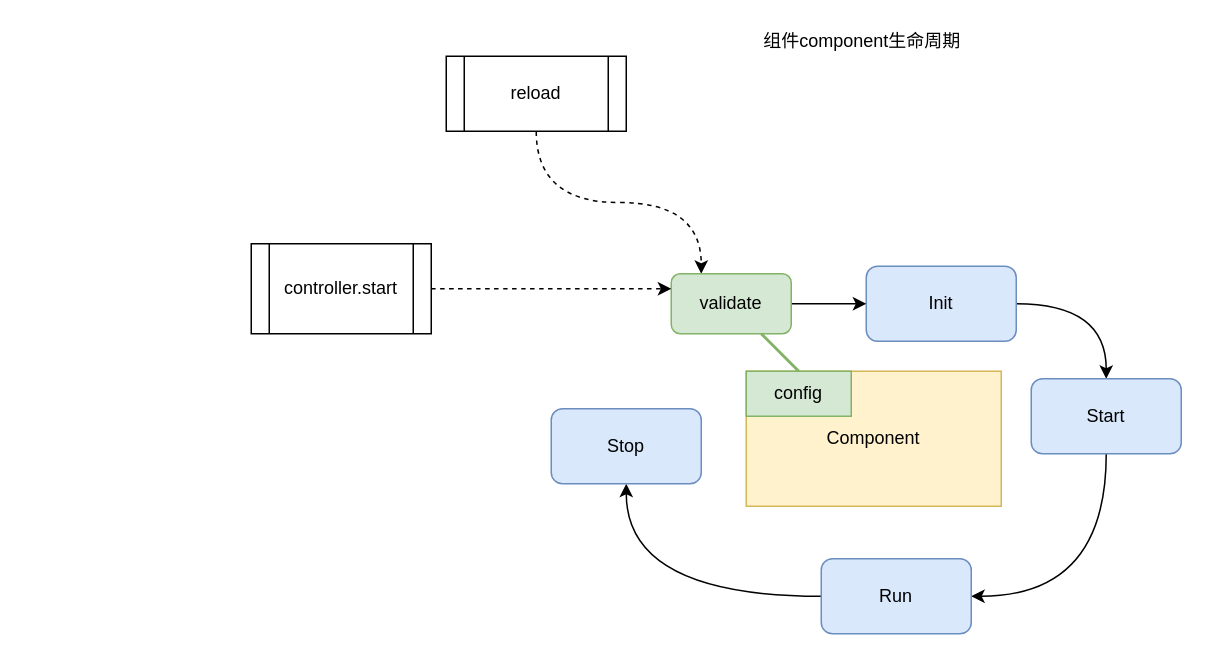
ethfoo/drawio keeps this draw.io diagram as logjacht-cfg.drawio. Above is the earlier version. Source tidied: cells renumbered, new cells numbered last; positions are measured from the earlier drawing's top-left corner, leaving out a move shared by most shapes. Both pictures are drawn from the tidied source at 150%, with x=0, y=0 at pixel (250, 26).
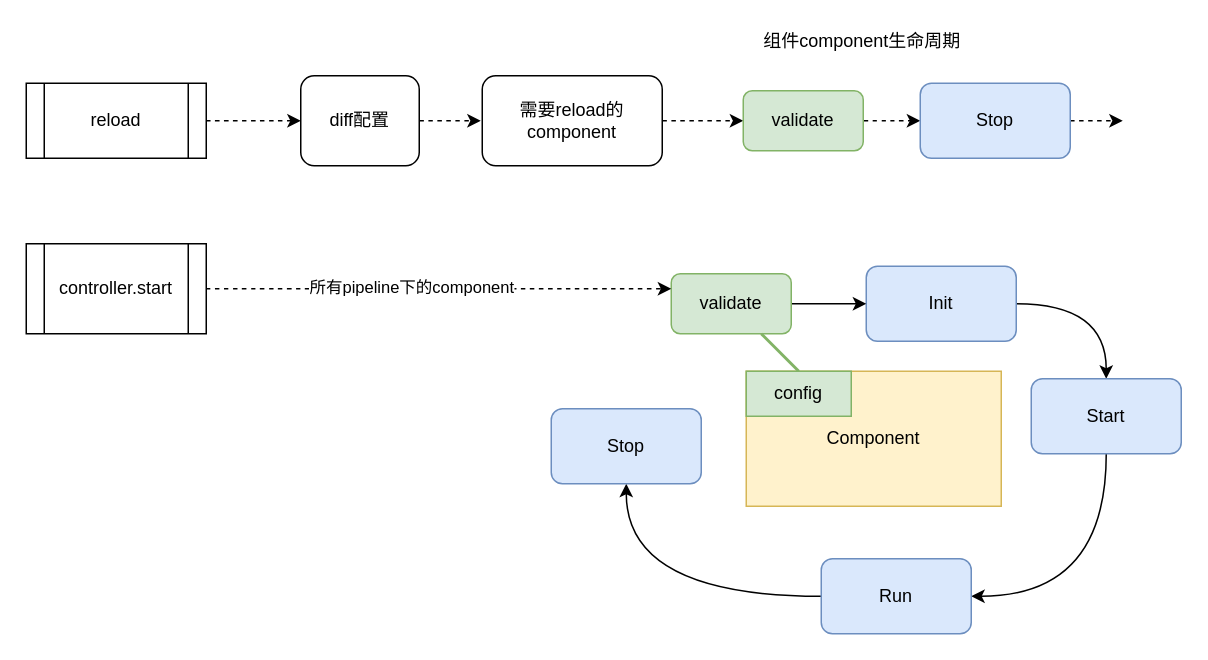
The same page after the edit.

The change refers to these unchanged cells:
```xml
<mxCell id="13" value="validate" style="rounded=1;whiteSpace=wrap;html=1;fillColor=#d5e8d4;strokeColor=#82b366;" parent="1" vertex="1">
  <mxGeometry x="280" y="165" width="80" height="40" as="geometry" />
</mxCell>
<mxCell id="16" style="edgeStyle=orthogonalEdgeStyle;curved=1;rounded=0;jettySize=auto;html=1;exitX=1;exitY=0.5;exitDx=0;exitDy=0;entryX=0;entryY=0.25;entryDx=0;entryDy=0;dashed=1;startArrow=none;startFill=0;endArrow=classic;endFill=1;strokeWidth=1;" parent="1" edge="1" source="17" target="13">
  <mxGeometry relative="1" as="geometry" />
</mxCell>
```

Diff of the diagram source:
```diff
@@
-    <mxCell id="10" style="edgeStyle=orthogonalEdgeStyle;curved=1;rounded=0;jettySize=auto;html=1;exitX=0.5;exitY=1;exitDx=0;exitDy=0;entryX=0.25;entryY=0;entryDx=0;entryDy=0;strokeWidth=1;dashed=1;" parent="1" edge="1" source="11" target="13">
-      <mxGeometry relative="1" as="geometry" />
-    </mxCell>
+    <mxCell id="19" style="edgeStyle=orthogonalEdgeStyle;curved=1;rounded=0;jettySize=auto;html=1;exitX=1;exitY=0.5;exitDx=0;exitDy=0;dashed=1;startArrow=none;startFill=0;endArrow=classic;endFill=1;strokeWidth=1;" parent="1" edge="1" source="11" target="22">
+      <mxGeometry relative="1" as="geometry" />
+    </mxCell>
     <mxCell id="11" value="reload" style="shape=process;whiteSpace=wrap;html=1;backgroundOutline=1;" parent="1" vertex="1">
-      <mxGeometry x="130" y="20" width="120" height="50" as="geometry" />
+      <mxGeometry x="-150" y="38" width="120" height="50" as="geometry" />
     </mxCell>
@@
+    <mxCell id="20" value="所有pipeline下的component" style="edgeLabel;html=1;align=center;verticalAlign=middle;" parent="16" vertex="1">
+      <mxGeometry x="-0.12" y="2" relative="1" as="geometry" />
+    </mxCell>
     <mxCell id="17" value="controller.start" style="shape=process;whiteSpace=wrap;html=1;backgroundOutline=1;" parent="1" vertex="1">
-      <mxGeometry y="145" width="120" height="60" as="geometry" />
+      <mxGeometry x="-150" y="145" width="120" height="60" as="geometry" />
     </mxCell>
@@
+    <mxCell id="21" style="edgeStyle=orthogonalEdgeStyle;curved=1;rounded=0;jettySize=auto;html=1;dashed=1;startArrow=none;startFill=0;endArrow=classic;endFill=1;strokeWidth=1;" parent="1" edge="1" source="22">
+      <mxGeometry relative="1" as="geometry">
+        <mxPoint x="153" y="63" as="targetPoint" />
+      </mxGeometry>
+    </mxCell>
+    <mxCell id="22" value="diff配置" style="rounded=1;whiteSpace=wrap;html=1;" parent="1" vertex="1">
+      <mxGeometry x="33" y="33" width="79" height="60" as="geometry" />
+    </mxCell>
+    <mxCell id="23" style="edgeStyle=orthogonalEdgeStyle;curved=1;rounded=0;jettySize=auto;html=1;exitX=1;exitY=0.5;exitDx=0;exitDy=0;dashed=1;startArrow=none;startFill=0;endArrow=classic;endFill=1;strokeWidth=1;" parent="1" edge="1" source="24">
+      <mxGeometry relative="1" as="geometry">
+        <mxPoint x="328" y="63" as="targetPoint" />
+      </mxGeometry>
+    </mxCell>
+    <mxCell id="24" value="需要reload的component" style="rounded=1;whiteSpace=wrap;html=1;" parent="1" vertex="1">
+      <mxGeometry x="154" y="33" width="120" height="60" as="geometry" />
+    </mxCell>
+    <mxCell id="25" style="edgeStyle=orthogonalEdgeStyle;curved=1;rounded=0;jettySize=auto;html=1;dashed=1;startArrow=none;startFill=0;endArrow=classic;endFill=1;strokeWidth=1;" parent="1" edge="1" source="26" target="28">
+      <mxGeometry relative="1" as="geometry" />
+    </mxCell>
+    <mxCell id="26" value="validate" style="rounded=1;whiteSpace=wrap;html=1;fillColor=#d5e8d4;strokeColor=#82b366;" parent="1" vertex="1">
+      <mxGeometry x="328" y="43" width="80" height="40" as="geometry" />
+    </mxCell>
+    <mxCell id="27" style="edgeStyle=orthogonalEdgeStyle;curved=1;rounded=0;jettySize=auto;html=1;exitX=1;exitY=0.5;exitDx=0;exitDy=0;dashed=1;startArrow=none;startFill=0;endArrow=classic;endFill=1;strokeWidth=1;" parent="1" edge="1" source="28">
+      <mxGeometry relative="1" as="geometry">
+        <mxPoint x="581" y="63" as="targetPoint" />
+      </mxGeometry>
+    </mxCell>
+    <mxCell id="28" value="Stop" style="rounded=1;whiteSpace=wrap;html=1;fillColor=#dae8fc;strokeColor=#6c8ebf;" parent="1" vertex="1">
+      <mxGeometry x="446" y="38" width="100" height="50" as="geometry" />
+    </mxCell>
```
